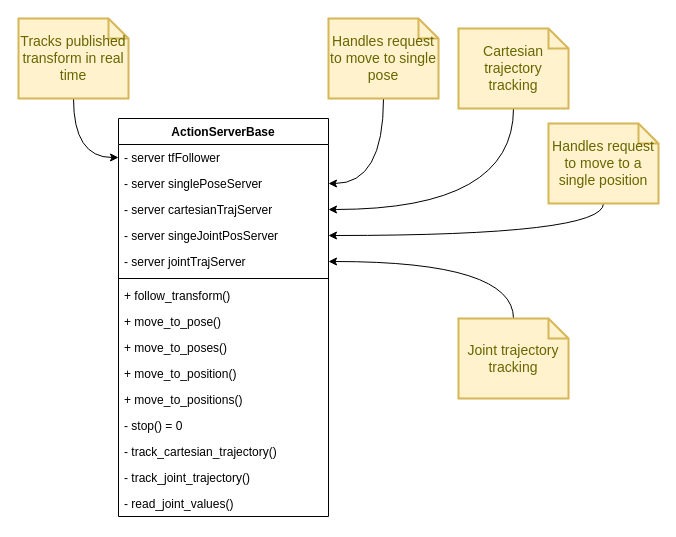
Above: page "base" (2 of 3) of doc/ClassDiagrams.drawio in Woolfrey/server_serial_link (draw.io), before the change. Source tidied: cells renumbered, new cells numbered last; positions are measured from the earlier drawing's top-left corner, leaving out a move shared by most shapes. Both pictures are drawn from the tidied source at 100%, with x=0, y=0 at pixel (18, 18).
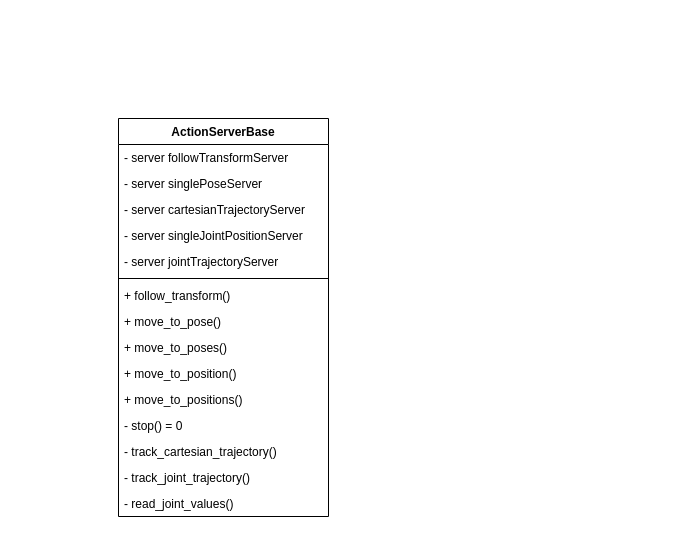
The same diagram, later.

Unchanged cells that the change refers to:
```xml
<mxCell id="2" value="ActionServerBase" style="swimlane;fontStyle=1;align=center;verticalAlign=top;horizontal=1;startSize=26;whiteSpace=wrap;html=1;" parent="1" vertex="1">
  <mxGeometry x="100" y="100" width="210" height="398" as="geometry" />
</mxCell>
<mxCell id="4" value="- server singlePoseServer" style="text;strokeColor=none;fillColor=none;align=left;verticalAlign=top;spacingLeft=4;spacingRight=4;overflow=hidden;points=[[0,0.5],[1,0.5]];portConstraint=eastwest;whiteSpace=wrap;html=1;" parent="2" vertex="1">
  <mxGeometry y="52" width="210" height="26" as="geometry" />
</mxCell>
```

Change to the diagram source:
```diff
@@
-    <mxCell id="3" value="- server tfFollower" style="text;strokeColor=none;fillColor=none;align=left;verticalAlign=top;spacingLeft=4;spacingRight=4;overflow=hidden;points=[[0,0.5],[1,0.5]];portConstraint=eastwest;whiteSpace=wrap;html=1;" parent="2" vertex="1">
+    <mxCell id="3" value="- server followTransformServer" style="text;strokeColor=none;fillColor=none;align=left;verticalAlign=top;spacingLeft=4;spacingRight=4;overflow=hidden;points=[[0,0.5],[1,0.5]];portConstraint=eastwest;whiteSpace=wrap;html=1;" parent="2" vertex="1">
       <mxGeometry y="26" width="210" height="26" as="geometry" />
     </mxCell>
@@
-    <mxCell id="5" value="- server cartesianTrajServer" style="text;strokeColor=none;fillColor=none;align=left;verticalAlign=top;spacingLeft=4;spacingRight=4;overflow=hidden;points=[[0,0.5],[1,0.5]];portConstraint=eastwest;whiteSpace=wrap;html=1;" parent="2" vertex="1">
+    <mxCell id="5" value="- server cartesianTrajectoryServer" style="text;strokeColor=none;fillColor=none;align=left;verticalAlign=top;spacingLeft=4;spacingRight=4;overflow=hidden;points=[[0,0.5],[1,0.5]];portConstraint=eastwest;whiteSpace=wrap;html=1;" parent="2" vertex="1">
       <mxGeometry y="78" width="210" height="26" as="geometry" />
     </mxCell>
-    <mxCell id="6" value="- server singeJointPosServer" style="text;strokeColor=none;fillColor=none;align=left;verticalAlign=top;spacingLeft=4;spacingRight=4;overflow=hidden;points=[[0,0.5],[1,0.5]];portConstraint=eastwest;whiteSpace=wrap;html=1;" parent="2" vertex="1">
+    <mxCell id="6" value="- server singleJointPositionServer" style="text;strokeColor=none;fillColor=none;align=left;verticalAlign=top;spacingLeft=4;spacingRight=4;overflow=hidden;points=[[0,0.5],[1,0.5]];portConstraint=eastwest;whiteSpace=wrap;html=1;" parent="2" vertex="1">
       <mxGeometry y="104" width="210" height="26" as="geometry" />
     </mxCell>
-    <mxCell id="7" value="- server jointTrajServer" style="text;strokeColor=none;fillColor=none;align=left;verticalAlign=top;spacingLeft=4;spacingRight=4;overflow=hidden;points=[[0,0.5],[1,0.5]];portConstraint=eastwest;whiteSpace=wrap;html=1;" parent="2" vertex="1">
+    <mxCell id="7" value="- server jointTrajectoryServer" style="text;strokeColor=none;fillColor=none;align=left;verticalAlign=top;spacingLeft=4;spacingRight=4;overflow=hidden;points=[[0,0.5],[1,0.5]];portConstraint=eastwest;whiteSpace=wrap;html=1;" parent="2" vertex="1">
       <mxGeometry y="130" width="210" height="26" as="geometry" />
     </mxCell>
@@
-    <mxCell id="18" style="edgeStyle=orthogonalEdgeStyle;rounded=0;jettySize=auto;html=1;curved=1;" parent="1" edge="1" source="19" target="7">
-      <mxGeometry relative="1" as="geometry" />
-    </mxCell>
-    <mxCell id="19" value="Joint trajectory tracking" style="shape=note;strokeWidth=2;fontSize=14;size=20;whiteSpace=wrap;html=1;fillColor=#fff2cc;strokeColor=#d6b656;fontColor=#666600;" parent="1" vertex="1">
-      <mxGeometry x="440" y="300" width="110" height="80" as="geometry" />
-    </mxCell>
-    <mxCell id="20" style="edgeStyle=orthogonalEdgeStyle;rounded=0;jettySize=auto;html=1;curved=1;" parent="1" edge="1" source="21" target="6">
-      <mxGeometry relative="1" as="geometry" />
-    </mxCell>
-    <mxCell id="21" value="Handles request to move to a single position" style="shape=note;strokeWidth=2;fontSize=14;size=20;whiteSpace=wrap;html=1;fillColor=#fff2cc;strokeColor=#d6b656;fontColor=#666600;" parent="1" vertex="1">
-      <mxGeometry x="530" y="105" width="110" height="80" as="geometry" />
-    </mxCell>
-    <mxCell id="22" style="edgeStyle=orthogonalEdgeStyle;rounded=0;jettySize=auto;html=1;curved=1;" parent="1" edge="1" source="23" target="5">
-      <mxGeometry relative="1" as="geometry" />
-    </mxCell>
-    <mxCell id="23" value="Cartesian trajectory tracking" style="shape=note;strokeWidth=2;fontSize=14;size=20;whiteSpace=wrap;html=1;fillColor=#fff2cc;strokeColor=#d6b656;fontColor=#666600;" parent="1" vertex="1">
-      <mxGeometry x="440" y="10" width="110" height="80" as="geometry" />
-    </mxCell>
-    <mxCell id="24" style="edgeStyle=orthogonalEdgeStyle;rounded=0;jettySize=auto;html=1;curved=1;" parent="1" edge="1" source="25" target="4">
-      <mxGeometry relative="1" as="geometry" />
-    </mxCell>
-    <mxCell id="25" value="Handles request to move to single pose" style="shape=note;strokeWidth=2;fontSize=14;size=20;whiteSpace=wrap;html=1;fillColor=#fff2cc;strokeColor=#d6b656;fontColor=#666600;" parent="1" vertex="1">
-      <mxGeometry x="310" width="110" height="80" as="geometry" />
-    </mxCell>
-    <mxCell id="26" style="edgeStyle=orthogonalEdgeStyle;rounded=0;jettySize=auto;html=1;curved=1;" parent="1" edge="1" source="27" target="3">
-      <mxGeometry relative="1" as="geometry" />
-    </mxCell>
-    <mxCell id="27" value="Tracks published transform in real time" style="shape=note;strokeWidth=2;fontSize=14;size=20;whiteSpace=wrap;html=1;fillColor=#fff2cc;strokeColor=#d6b656;fontColor=#666600;" parent="1" vertex="1">
-      <mxGeometry width="110" height="80" as="geometry" />
-    </mxCell>
```
